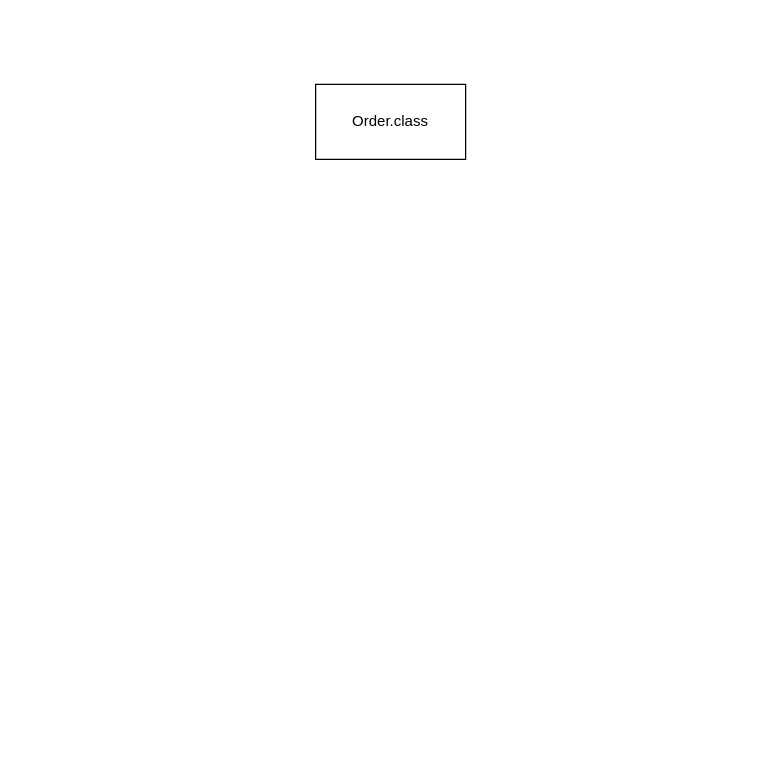
This is source/_posts/编程语言/Java/Java语言/JVM/图示/7 虚拟机类加载机制/类模板与Class实例的位置.drawio from CoachHe/coachhe.github.io, a draw.io file, before an edit. Source tidied: cells renumbered, new cells numbered last; positions are measured from the earlier drawing's top-left corner, leaving out a move shared by most shapes. Both pictures are drawn from the tidied source at 125%, with x=0, y=0 at pixel (315, 84).
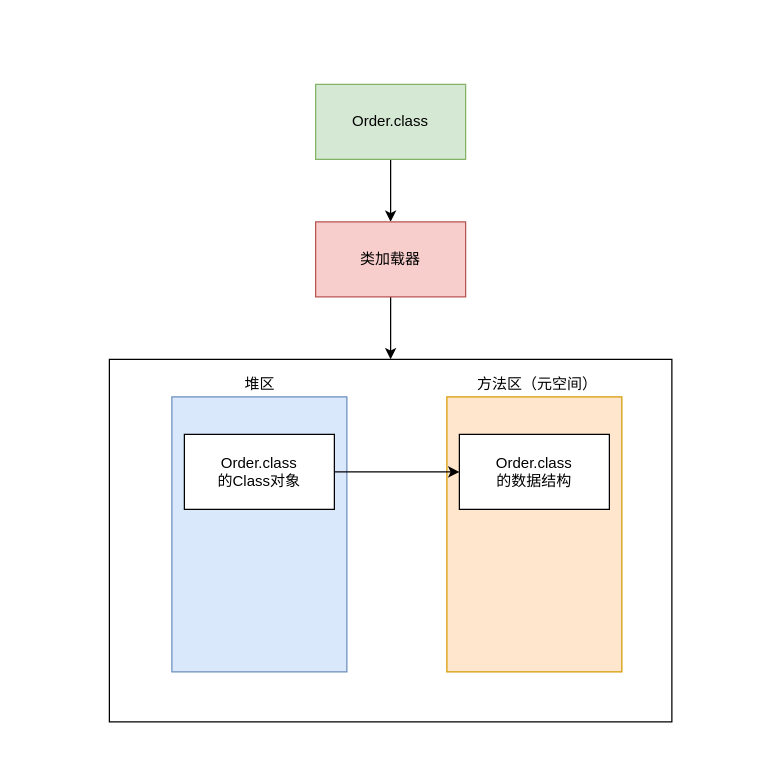
Above is the later version.

The edit, as a diff of the source:
```diff
@@
 <mxGraphModel>
   <root>
     <mxCell id="0" />
     <mxCell id="1" parent="0" />
+    <mxCell id="3" style="rounded=0;whiteSpace=wrap;html=1;strokeColor=none;" parent="1" vertex="1">
+      <mxGeometry x="-235" y="-50" width="590" height="590" as="geometry" />
+    </mxCell>
+    <mxCell id="4" style="edgeStyle=none;html=1;exitX=0.5;exitY=1;exitDx=0;exitDy=0;entryX=0.5;entryY=0;entryDx=0;entryDy=0;" parent="1" edge="1" source="2" target="6">
+      <mxGeometry relative="1" as="geometry" />
+    </mxCell>
-    <mxCell id="2" value="Order.class" style="rounded=0;whiteSpace=wrap;html=1;" parent="1" vertex="1">
+    <mxCell id="2" value="Order.class" style="rounded=0;whiteSpace=wrap;html=1;fillColor=#d5e8d4;strokeColor=#82b366;" parent="1" vertex="1">
       <mxGeometry width="120" height="60" as="geometry" />
     </mxCell>
+    <mxCell id="5" style="edgeStyle=none;html=1;exitX=0.5;exitY=1;exitDx=0;exitDy=0;entryX=0.5;entryY=0;entryDx=0;entryDy=0;" parent="1" edge="1" source="6" target="7">
+      <mxGeometry relative="1" as="geometry" />
+    </mxCell>
+    <mxCell id="6" value="类加载器" style="rounded=0;whiteSpace=wrap;html=1;fillColor=#f8cecc;strokeColor=#b85450;" parent="1" vertex="1">
+      <mxGeometry y="110" width="120" height="60" as="geometry" />
+    </mxCell>
+    <mxCell id="7" style="rounded=0;whiteSpace=wrap;html=1;" parent="1" vertex="1">
+      <mxGeometry x="-165" y="220" width="450" height="290" as="geometry" />
+    </mxCell>
+    <mxCell id="8" style="rounded=0;whiteSpace=wrap;html=1;fillColor=#dae8fc;strokeColor=#6c8ebf;" parent="1" vertex="1">
+      <mxGeometry x="-115" y="250" width="140" height="220" as="geometry" />
+    </mxCell>
+    <mxCell id="9" style="rounded=0;whiteSpace=wrap;html=1;fillColor=#ffe6cc;strokeColor=#d79b00;" parent="1" vertex="1">
+      <mxGeometry x="105" y="250" width="140" height="220" as="geometry" />
+    </mxCell>
+    <mxCell id="10" style="edgeStyle=none;html=1;exitX=1;exitY=0.5;exitDx=0;exitDy=0;entryX=0;entryY=0.5;entryDx=0;entryDy=0;" parent="1" edge="1" source="11" target="12">
+      <mxGeometry relative="1" as="geometry" />
+    </mxCell>
+    <mxCell id="11" value="Order.class&lt;br&gt;的Class对象" style="rounded=0;whiteSpace=wrap;html=1;" parent="1" vertex="1">
+      <mxGeometry x="-105" y="280" width="120" height="60" as="geometry" />
+    </mxCell>
+    <mxCell id="12" value="Order.class&lt;br&gt;的数据结构" style="rounded=0;whiteSpace=wrap;html=1;" parent="1" vertex="1">
+      <mxGeometry x="115" y="280" width="120" height="60" as="geometry" />
+    </mxCell>
+    <mxCell id="13" value="堆区" style="text;html=1;align=center;verticalAlign=middle;strokeColor=none;" parent="1" vertex="1">
+      <mxGeometry x="-65" y="230" width="40" height="20" as="geometry" />
+    </mxCell>
+    <mxCell id="14" value="方法区（元空间）" style="text;html=1;align=center;verticalAlign=middle;strokeColor=none;" parent="1" vertex="1">
+      <mxGeometry x="122" y="230" width="110" height="20" as="geometry" />
+    </mxCell>
   </root>
 </mxGraphModel>
```
